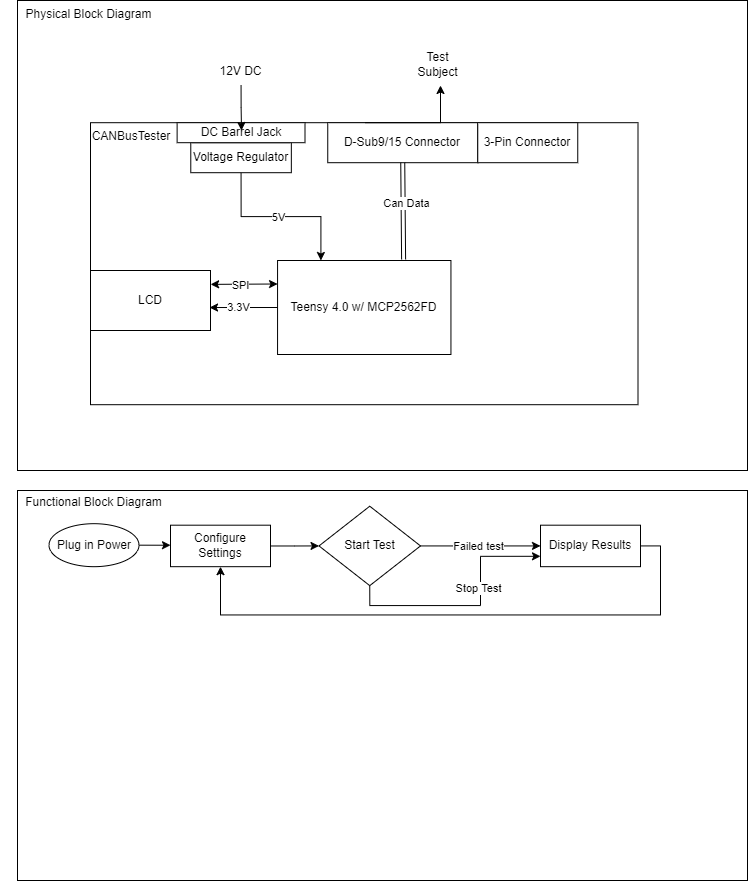
Before: figures/CANBusTester.drawio.png, a diagram exported from draw.io (SystemsCyber/CANBusTester). Source tidied: cells renumbered, new cells last; positions are measured from the earlier drawing's top-left corner, leaving out a move shared by most shapes.
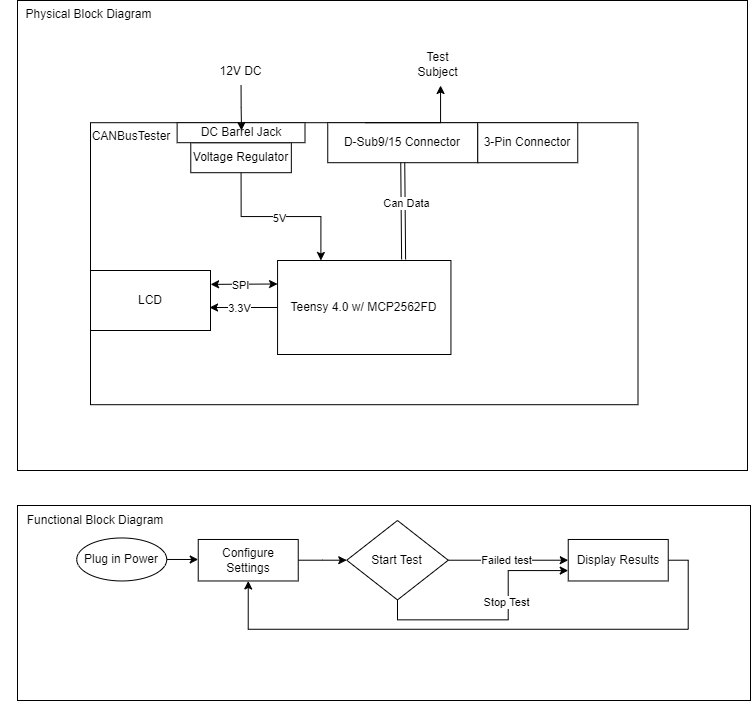
Later version of the same file.

What changed in the source:
```diff
@@ -2,6 +2,9 @@
   <root>
     <mxCell id="0" />
     <mxCell id="1" parent="0" />
+    <mxCell id="41" style="rounded=0;whiteSpace=wrap;html=1;" parent="1" vertex="1">
+      <mxGeometry x="17" y="505" width="733" height="195" as="geometry" />
+    </mxCell>
     <mxCell id="2" style="group;" parent="1" vertex="1">
       <mxGeometry x="17" width="730" height="470" as="geometry" />
     </mxCell>
@@ -87,55 +90,49 @@
         <mxPoint x="241" y="130" as="targetPoint" />
       </mxGeometry>
     </mxCell>
-    <mxCell id="27" style="group;" parent="1" vertex="1">
-      <mxGeometry x="10" y="490" width="737" height="390" as="geometry" />
-    </mxCell>
-    <mxCell id="28" style="rounded=0;whiteSpace=wrap;html=1;" parent="27" vertex="1">
-      <mxGeometry x="7" width="730" height="390" as="geometry" />
-    </mxCell>
-    <mxCell id="29" value="Functional Block Diagram" style="text;html=1;strokeColor=none;fillColor=none;align=center;verticalAlign=middle;whiteSpace=wrap;rounded=0;" parent="27" vertex="1">
-      <mxGeometry width="167" height="23.4" as="geometry" />
-    </mxCell>
-    <mxCell id="30" style="edgeStyle=orthogonalEdgeStyle;rounded=0;jettySize=auto;html=1;exitX=1;exitY=0.5;exitDx=0;exitDy=0;entryX=0;entryY=0.5;entryDx=0;entryDy=0;" parent="27" edge="1" source="31" target="33">
+    <mxCell id="30" style="edgeStyle=orthogonalEdgeStyle;rounded=0;jettySize=auto;html=1;exitX=1;exitY=0.5;exitDx=0;exitDy=0;entryX=0;entryY=0.5;entryDx=0;entryDy=0;" parent="1" edge="1" source="31" target="33">
       <mxGeometry relative="1" as="geometry" />
     </mxCell>
-    <mxCell id="31" value="Plug in Power" style="ellipse;whiteSpace=wrap;html=1;" parent="27" vertex="1">
-      <mxGeometry x="38.5" y="33.2" width="90" height="43" as="geometry" />
+    <mxCell id="31" value="Plug in Power" style="ellipse;whiteSpace=wrap;html=1;" parent="1" vertex="1">
+      <mxGeometry x="76.2" y="537.5" width="90" height="43" as="geometry" />
     </mxCell>
-    <mxCell id="32" style="edgeStyle=orthogonalEdgeStyle;rounded=0;jettySize=auto;html=1;" parent="27" edge="1" source="33" target="38">
+    <mxCell id="32" style="edgeStyle=orthogonalEdgeStyle;rounded=0;jettySize=auto;html=1;" parent="1" edge="1" source="33" target="38">
       <mxGeometry relative="1" as="geometry" />
     </mxCell>
-    <mxCell id="33" value="Configure Settings" style="rounded=0;whiteSpace=wrap;html=1;" parent="27" vertex="1">
-      <mxGeometry x="160" y="34.7" width="100" height="41.5" as="geometry" />
+    <mxCell id="33" value="Configure Settings" style="rounded=0;whiteSpace=wrap;html=1;" parent="1" vertex="1">
+      <mxGeometry x="197.7" y="539" width="100" height="41.5" as="geometry" />
     </mxCell>
-    <mxCell id="34" style="edgeStyle=orthogonalEdgeStyle;rounded=0;jettySize=auto;html=1;exitX=1;exitY=0.5;exitDx=0;exitDy=0;entryX=0;entryY=0.5;entryDx=0;entryDy=0;" parent="27" edge="1" source="38" target="40">
-      <mxGeometry relative="1" as="geometry" />
-    </mxCell>
+    <mxCell id="42" style="edgeStyle=orthogonalEdgeStyle;rounded=0;jettySize=auto;html=1;exitX=1;exitY=0.5;exitDx=0;exitDy=0;entryX=0;entryY=0.5;entryDx=0;entryDy=0;" parent="1" edge="1" source="38" target="40">
+      <mxGeometry relative="1" as="geometry" />
+    </mxCell>
-    <mxCell id="35" value="Failed test" style="edgeLabel;html=1;align=center;verticalAlign=middle;" parent="34" vertex="1">
+    <mxCell id="35" value="Failed test" style="edgeLabel;html=1;align=center;verticalAlign=middle;" parent="42" vertex="1">
       <mxGeometry x="-0.41" y="-2" relative="1" as="geometry">
         <mxPoint x="22" y="-2" as="offset" />
       </mxGeometry>
     </mxCell>
-    <mxCell id="36" style="edgeStyle=orthogonalEdgeStyle;rounded=0;jettySize=auto;html=1;exitX=0.5;exitY=1;exitDx=0;exitDy=0;entryX=0;entryY=0.75;entryDx=0;entryDy=0;" parent="27" edge="1" source="38" target="40">
-      <mxGeometry relative="1" as="geometry" />
-    </mxCell>
+    <mxCell id="43" style="edgeStyle=orthogonalEdgeStyle;rounded=0;jettySize=auto;html=1;exitX=0.5;exitY=1;exitDx=0;exitDy=0;entryX=0;entryY=0.75;entryDx=0;entryDy=0;" parent="1" edge="1" source="38" target="40">
+      <mxGeometry relative="1" as="geometry" />
+    </mxCell>
-    <mxCell id="37" value="Stop Test" style="edgeLabel;html=1;align=center;verticalAlign=middle;" parent="36" vertex="1">
+    <mxCell id="37" value="Stop Test" style="edgeLabel;html=1;align=center;verticalAlign=middle;" parent="43" vertex="1">
       <mxGeometry x="0.23" y="2" relative="1" as="geometry" />
     </mxCell>
-    <mxCell id="38" value="Start Test" style="rhombus;whiteSpace=wrap;html=1;" parent="27" vertex="1">
-      <mxGeometry x="308.5" y="15.7" width="101.5" height="79.4" as="geometry" />
+    <mxCell id="38" value="Start Test" style="rhombus;whiteSpace=wrap;html=1;" parent="1" vertex="1">
+      <mxGeometry x="346.2" y="520" width="101.5" height="79.4" as="geometry" />
     </mxCell>
-    <mxCell id="39" style="edgeStyle=orthogonalEdgeStyle;rounded=0;jettySize=auto;html=1;exitX=1;exitY=0.5;exitDx=0;exitDy=0;entryX=0.5;entryY=1;entryDx=0;entryDy=0;" parent="27" edge="1" source="40" target="33">
+    <mxCell id="39" style="edgeStyle=orthogonalEdgeStyle;rounded=0;jettySize=auto;html=1;exitX=1;exitY=0.5;exitDx=0;exitDy=0;entryX=0.5;entryY=1;entryDx=0;entryDy=0;" parent="1" edge="1" source="40" target="33">
       <mxGeometry relative="1" as="geometry">
         <Array as="points">
-          <mxPoint x="650" y="55.6" />
-          <mxPoint x="650" y="124.5" />
-          <mxPoint x="210" y="124.5" />
+          <mxPoint x="687.7" y="559.9" />
+          <mxPoint x="687.7" y="628.8" />
+          <mxPoint x="247.7" y="628.8" />
         </Array>
       </mxGeometry>
     </mxCell>
-    <mxCell id="40" value="Display Results" style="rounded=0;whiteSpace=wrap;html=1;" parent="27" vertex="1">
-      <mxGeometry x="530" y="34.7" width="100" height="41.5" as="geometry" />
+    <mxCell id="40" value="Display Results" style="rounded=0;whiteSpace=wrap;html=1;" parent="1" vertex="1">
+      <mxGeometry x="567.7" y="539" width="100" height="41.5" as="geometry" />
     </mxCell>
+    <mxCell id="29" value="Functional Block Diagram" style="text;html=1;strokeColor=none;fillColor=none;align=center;verticalAlign=middle;whiteSpace=wrap;rounded=0;" parent="1" vertex="1">
+      <mxGeometry x="10" y="505" width="170" height="30" as="geometry" />
+    </mxCell>
   </root>
 </mxGraphModel>
```
